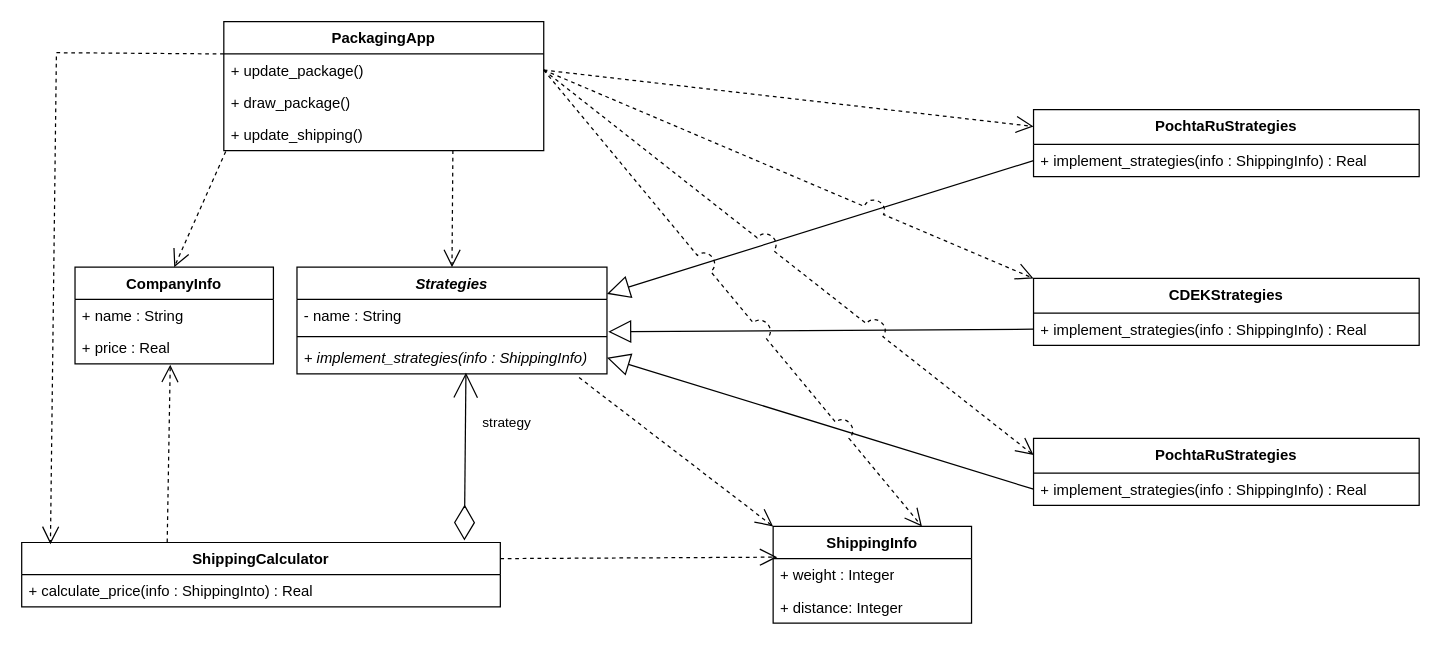
Before: page "Strategy" (1 of 2) of lab 3 - Strategy/shippro.drawio in solovozer/-2, a draw.io diagram. Source tidied: cells renumbered, new cells numbered last; positions are measured from the earlier drawing's top-left corner, leaving out a move shared by most shapes. Both pictures are drawn from the tidied source at 124%, with x=0, y=0 at pixel (21, 21).
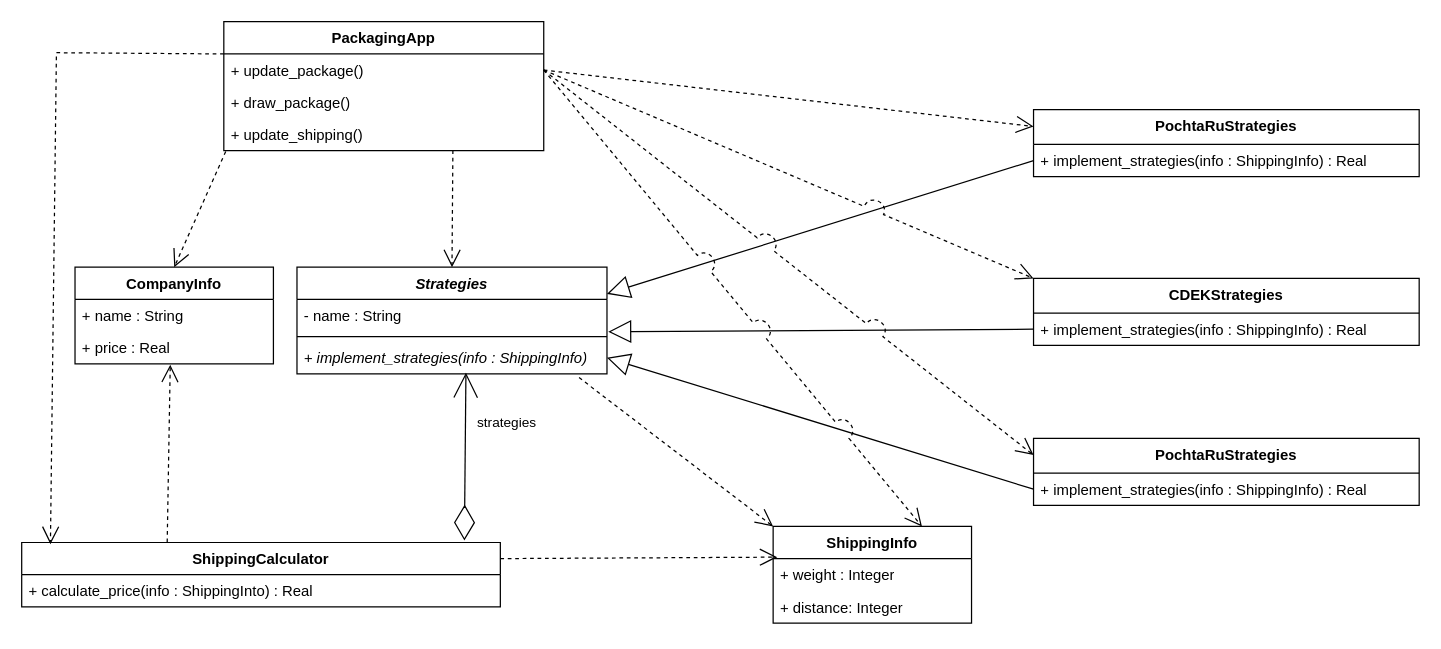
The same diagram, later.

Unchanged cells that the change refers to:
```xml
<mxCell id="5" value="&lt;i&gt;+ implement_strategies(info : ShippingInfo)&lt;/i&gt;" style="text;strokeColor=none;fillColor=none;align=left;verticalAlign=top;spacingLeft=4;spacingRight=4;overflow=hidden;points=[[0,0.5],[1,0.5]];portConstraint=eastwest;whiteSpace=wrap;html=1;" parent="2" vertex="1">
  <mxGeometry y="60" width="250" height="26" as="geometry" />
</mxCell>
```

Diff of the diagram source:
```diff
@@
-    <mxCell id="20" value="strategy" style="endArrow=open;endSize=18;html=1;rounded=0;exitX=0.5;exitY=0;exitDx=0;exitDy=0;entryX=0.545;entryY=0.962;entryDx=0;entryDy=0;entryPerimeter=0;startArrow=diamondThin;startFill=0;startSize=26;sourcePerimeterSpacing=0;" parent="1" edge="1" target="5">
+    <mxCell id="20" value="strategies" style="endArrow=open;endSize=18;html=1;rounded=0;exitX=0.5;exitY=0;exitDx=0;exitDy=0;entryX=0.545;entryY=0.962;entryDx=0;entryDy=0;entryPerimeter=0;startArrow=diamondThin;startFill=0;startSize=26;sourcePerimeterSpacing=0;" parent="1" edge="1" target="5">
       <mxGeometry x="0.42" y="-33" relative="1" as="geometry">
         <mxPoint x="357" y="418.4" as="sourcePoint" />
       </mxGeometry>
     </mxCell>
```
